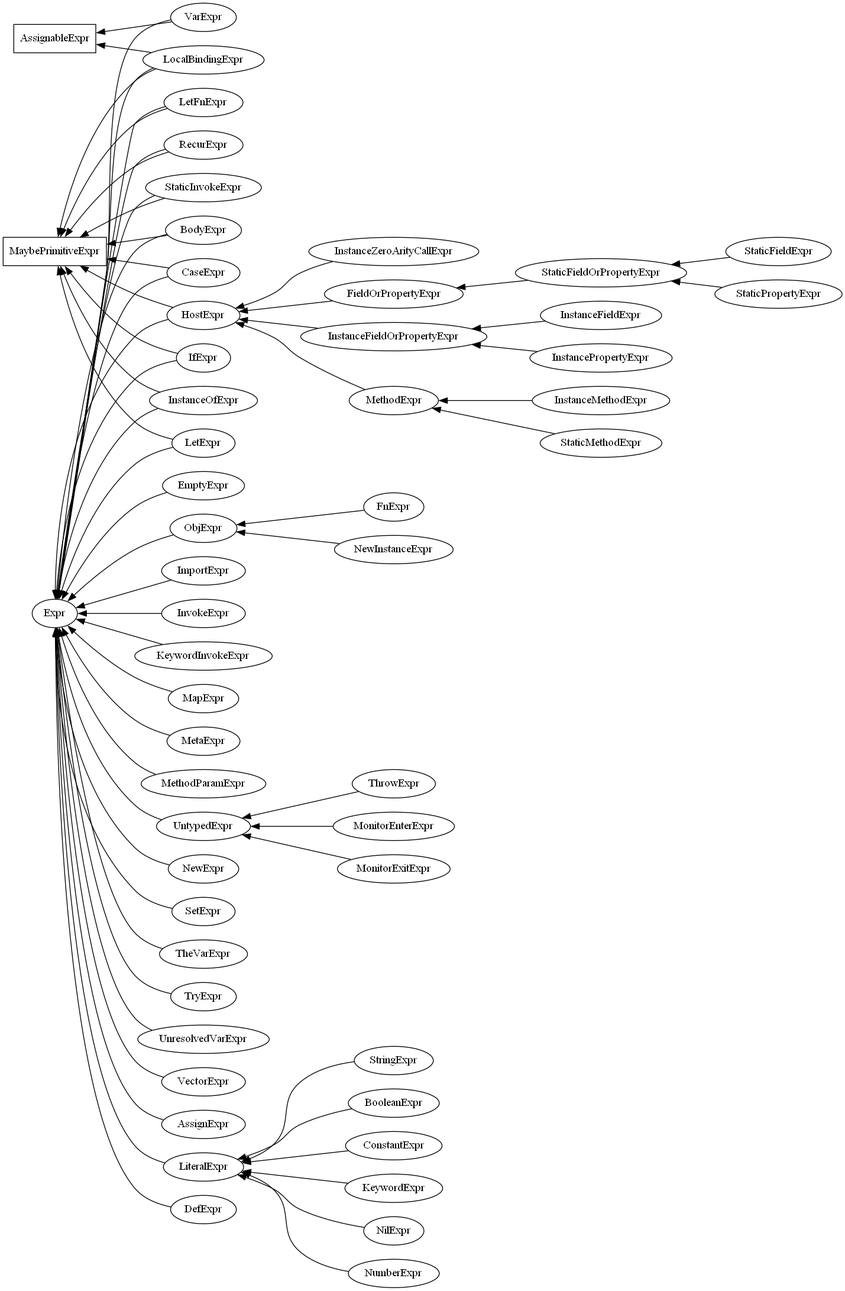
This is docs/expr-type-dependencies.dot.png from dmiller/clojure-clr-next, a Graphviz export, as it was before one commit. Its source is kept beside it as docs/expr-type-dependencies.dot. Its diagram source:
```dot
strict digraph G {

rankdir = RL;

/* here start the interfaces */

{
	node [shape=box];

	AssignableExpr;
	MaybePrimitiveExpr;
}

/* Here start (mostly) the classes */

{
	node [shape=ellipse]

	AssignExpr                   -> { Expr };
	BodyExpr                     -> { Expr, MaybePrimitiveExpr };
	BooleanExpr                  -> { LiteralExpr };
	CaseExpr                     -> { Expr, MaybePrimitiveExpr };
	ConstantExpr                 -> { LiteralExpr };
	DefExpr                      -> { Expr };
	EmptyExpr                    -> { Expr };
	Expr                         -> {};
	FieldOrPropertyExpr          -> { HostExpr };
	FnExpr                       -> { ObjExpr };
	HostExpr                     -> { Expr, MaybePrimitiveExpr };
	IfExpr                       -> { Expr, MaybePrimitiveExpr };
	ImportExpr                   -> { Expr };
	InstanceFieldOrPropertyExpr  -> { HostExpr };
	InstanceFieldExpr            -> { InstanceFieldOrPropertyExpr };
	InstancePropertyExpr         -> { InstanceFieldOrPropertyExpr };
	InstanceMethodExpr           -> { MethodExpr };
	InstanceOfExpr               -> { Expr, MaybePrimitiveExpr };
	InstanceZeroArityCallExpr    -> { HostExpr };
	InvokeExpr                   -> { Expr };
	KeywordExpr                  -> { LiteralExpr };
	KeywordInvokeExpr            -> { Expr };
	LetExpr                      -> { Expr, MaybePrimitiveExpr };
	LetFnExpr                    -> { Expr, MaybePrimitiveExpr };
	LiteralExpr                  -> { Expr };
	LocalBindingExpr             -> { Expr, MaybePrimitiveExpr, AssignableExpr };
	MapExpr                      -> { Expr };
	MetaExpr                     -> { Expr };
	MethodExpr                   -> { HostExpr };
	MethodParamExpr              -> { Expr };
	MonitorEnterExpr             -> { UntypedExpr };
	MonitorExitExpr              -> { UntypedExpr };
	NewExpr                      -> { Expr };
	NewInstanceExpr              -> { ObjExpr };
	NilExpr                      -> { LiteralExpr };
	NumberExpr                   -> { LiteralExpr };
	ObjExpr                      -> { Expr };
	RecurExpr                    -> { Expr, MaybePrimitiveExpr };
	SetExpr                      -> { Expr };
	StaticFieldOrPropertyExpr    -> {FieldOrPropertyExpr };
	StaticFieldExpr              -> { StaticFieldOrPropertyExpr };
	StaticPropertyExpr           -> { StaticFieldOrPropertyExpr };
	StaticInvokeExpr             -> { Expr, MaybePrimitiveExpr };
	StaticMethodExpr             -> { MethodExpr };
	StringExpr                   -> { LiteralExpr };
	TheVarExpr                   -> { Expr };
	ThrowExpr                    -> { UntypedExpr };
	TryExpr                      -> { Expr };
	UnresolvedVarExpr            -> { Expr };
	UntypedExpr                  -> { Expr };
	VarExpr                      -> { Expr, AssignableExpr };
	VectorExpr                   -> { Expr };

}

}
```
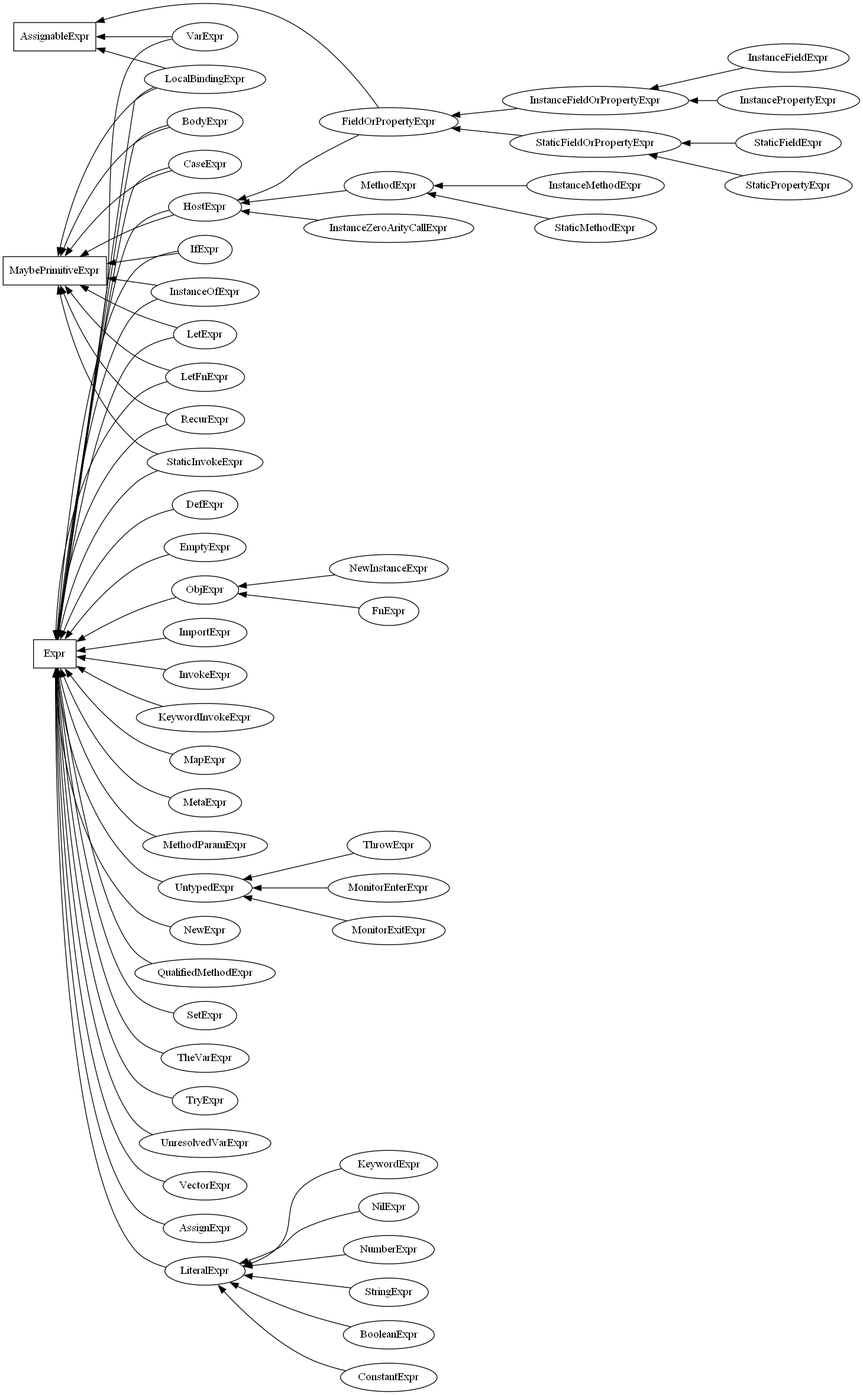
Above is the later version.

Diff of the diagram source:
```diff
@@ -9,6 +9,7 @@
 
 	AssignableExpr;
 	MaybePrimitiveExpr;
+	Expr;
 }
 
 /* Here start (mostly) the classes */
@@ -23,13 +24,12 @@
 	ConstantExpr                 -> { LiteralExpr };
 	DefExpr                      -> { Expr };
 	EmptyExpr                    -> { Expr };
-	Expr                         -> {};
-	FieldOrPropertyExpr          -> { HostExpr };
+	FieldOrPropertyExpr          -> { HostExpr, AssignableExpr };
 	FnExpr                       -> { ObjExpr };
 	HostExpr                     -> { Expr, MaybePrimitiveExpr };
 	IfExpr                       -> { Expr, MaybePrimitiveExpr };
 	ImportExpr                   -> { Expr };
-	InstanceFieldOrPropertyExpr  -> { HostExpr };
+	InstanceFieldOrPropertyExpr  -> { FieldOrPropertyExpr };
 	InstanceFieldExpr            -> { InstanceFieldOrPropertyExpr };
 	InstancePropertyExpr         -> { InstanceFieldOrPropertyExpr };
 	InstanceMethodExpr           -> { MethodExpr };
@@ -54,6 +54,7 @@
 	NumberExpr                   -> { LiteralExpr };
 	ObjExpr                      -> { Expr };
 	RecurExpr                    -> { Expr, MaybePrimitiveExpr };
+	QualifiedMethodExpr          -> { Expr };
 	SetExpr                      -> { Expr };
 	StaticFieldOrPropertyExpr    -> {FieldOrPropertyExpr };
 	StaticFieldExpr              -> { StaticFieldOrPropertyExpr };
```
